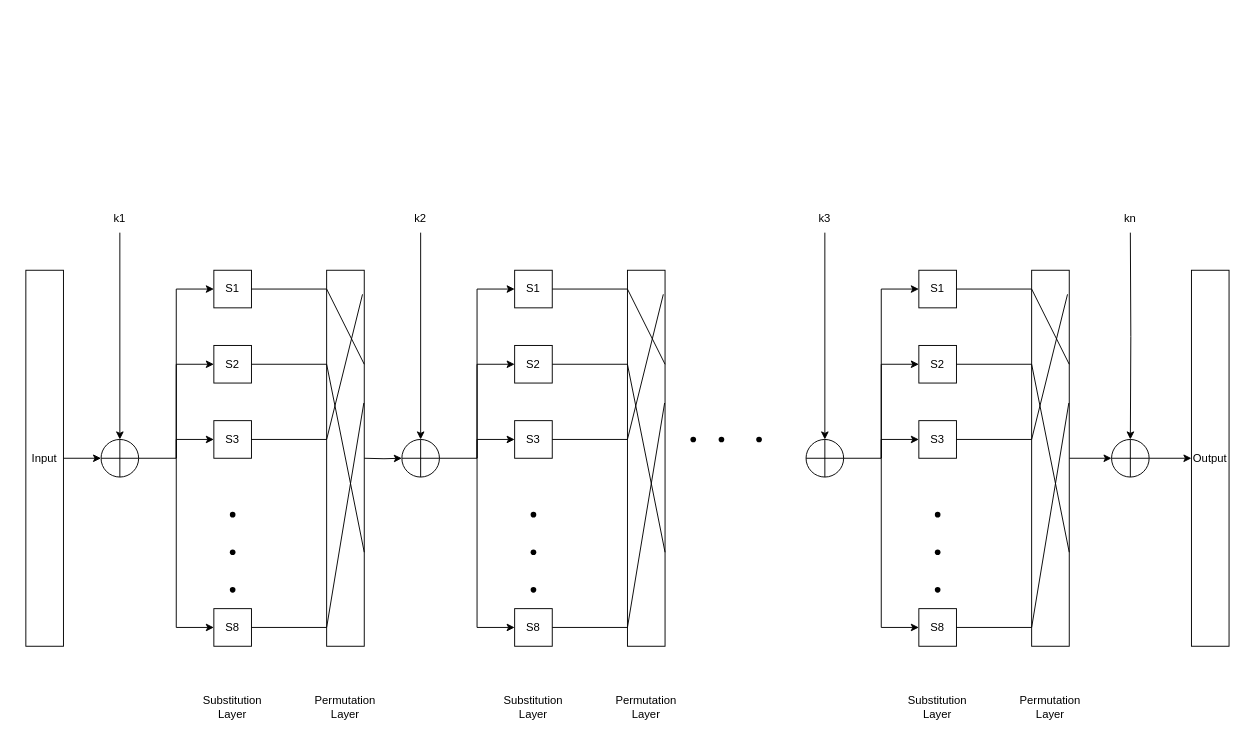
Before: AES.drawio in da0p/diagram-notes, a draw.io diagram. Source tidied: cells renumbered, new cells numbered last; positions are measured from the earlier drawing's top-left corner, leaving out a move shared by most shapes. Both pictures are drawn from the tidied source at 94%, with x=0, y=0 at pixel (25, 204).
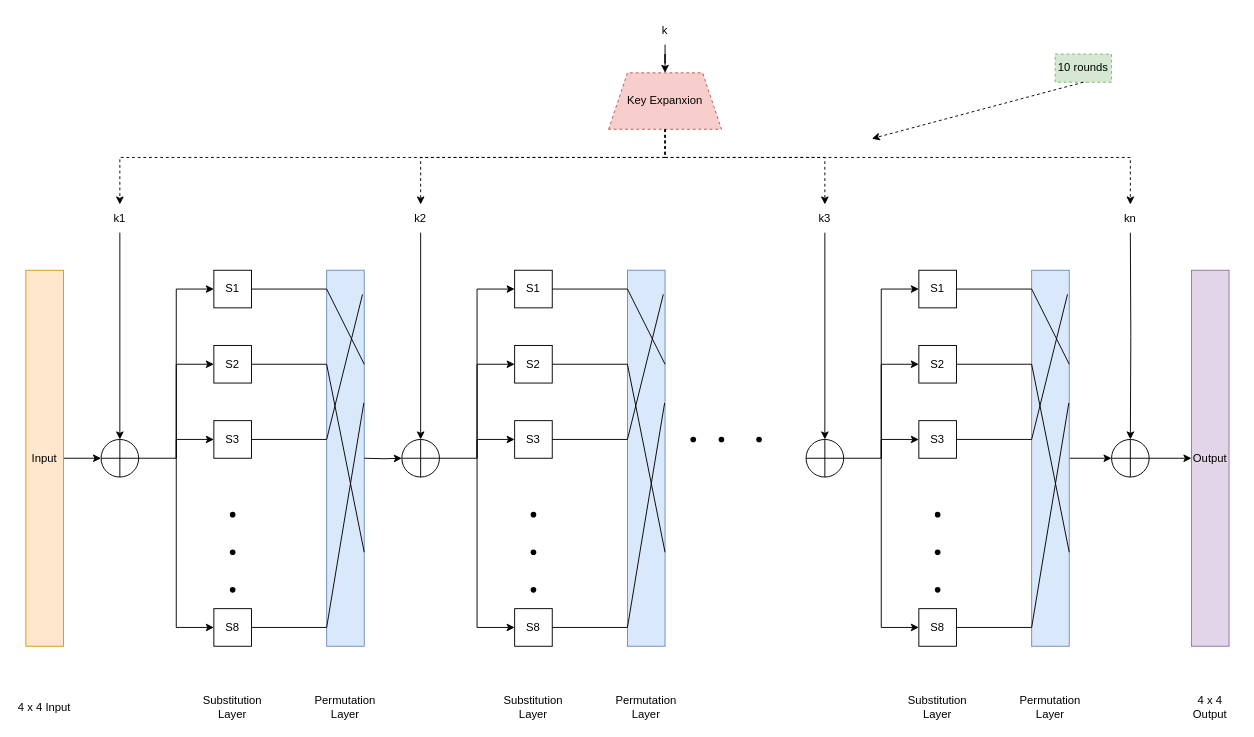
The same diagram, later.

Unchanged cells that the change refers to:
```xml
<mxCell id="6" value="k1" style="text;html=1;align=center;verticalAlign=middle;whiteSpace=wrap;rounded=0;" parent="1" vertex="1">
  <mxGeometry x="70" width="60" height="30" as="geometry" />
</mxCell>
<mxCell id="29" value="k2" style="text;html=1;align=center;verticalAlign=middle;whiteSpace=wrap;rounded=0;" parent="1" vertex="1">
  <mxGeometry x="390" width="60" height="30" as="geometry" />
</mxCell>
<mxCell id="54" value="k3" style="text;html=1;align=center;verticalAlign=middle;whiteSpace=wrap;rounded=0;" parent="1" vertex="1">
  <mxGeometry x="820" width="60" height="30" as="geometry" />
</mxCell>
<mxCell id="78" value="kn" style="text;html=1;align=center;verticalAlign=middle;whiteSpace=wrap;rounded=0;" parent="1" vertex="1">
  <mxGeometry x="1145" width="60" height="30" as="geometry" />
</mxCell>
```

The edit, as a diff of the source:
```diff
@@
-    <mxCell id="3" value="Input" style="rounded=0;whiteSpace=wrap;html=1;" parent="1" vertex="1">
+    <mxCell id="3" value="Input" style="rounded=0;whiteSpace=wrap;html=1;fillColor=#ffe6cc;strokeColor=#d79b00;" parent="1" vertex="1">
       <mxGeometry y="70" width="40" height="400" as="geometry" />
     </mxCell>
@@
-    <mxCell id="19" style="rounded=0;whiteSpace=wrap;html=1;" parent="1" vertex="1">
+    <mxCell id="19" style="rounded=0;whiteSpace=wrap;html=1;fillColor=#dae8fc;strokeColor=#6c8ebf;" parent="1" vertex="1">
       <mxGeometry x="320" y="70" width="40" height="400" as="geometry" />
     </mxCell>
@@
-    <mxCell id="42" style="rounded=0;whiteSpace=wrap;html=1;" parent="1" vertex="1">
+    <mxCell id="42" style="rounded=0;whiteSpace=wrap;html=1;fillColor=#dae8fc;strokeColor=#6c8ebf;" parent="1" vertex="1">
       <mxGeometry x="640" y="70" width="40" height="400" as="geometry" />
     </mxCell>
@@
-    <mxCell id="68" style="rounded=0;whiteSpace=wrap;html=1;" parent="1" vertex="1">
+    <mxCell id="68" style="rounded=0;whiteSpace=wrap;html=1;fillColor=#dae8fc;strokeColor=#6c8ebf;" parent="1" vertex="1">
       <mxGeometry x="1070" y="70" width="40" height="400" as="geometry" />
     </mxCell>
@@
-    <mxCell id="79" value="Output" style="rounded=0;whiteSpace=wrap;html=1;" parent="1" vertex="1">
+    <mxCell id="79" value="Output" style="rounded=0;whiteSpace=wrap;html=1;fillColor=#e1d5e7;strokeColor=#9673a6;" parent="1" vertex="1">
       <mxGeometry x="1240" y="70" width="40" height="400" as="geometry" />
     </mxCell>
+    <mxCell id="80" value="Key Expanxion" style="shape=trapezoid;perimeter=trapezoidPerimeter;whiteSpace=wrap;html=1;fixedSize=1;fillColor=#f8cecc;strokeColor=#b85450;dashed=1;" parent="1" vertex="1">
+      <mxGeometry x="620" y="-140" width="120" height="60" as="geometry" />
+    </mxCell>
+    <mxCell id="81" style="edgeStyle=orthogonalEdgeStyle;rounded=0;jettySize=auto;html=1;" parent="1" edge="1" source="82" target="80">
+      <mxGeometry relative="1" as="geometry" />
+    </mxCell>
+    <mxCell id="82" value="k" style="text;html=1;align=center;verticalAlign=middle;whiteSpace=wrap;rounded=0;" parent="1" vertex="1">
+      <mxGeometry x="650" y="-200" width="60" height="30" as="geometry" />
+    </mxCell>
+    <mxCell id="83" style="endArrow=classic;html=1;rounded=0;exitX=0.5;exitY=1;exitDx=0;exitDy=0;entryX=0.5;entryY=0;entryDx=0;entryDy=0;dashed=1;" parent="1" edge="1" source="80" target="6">
+      <mxGeometry relative="1" as="geometry">
+        <Array as="points">
+          <mxPoint x="680" y="-50" />
+          <mxPoint x="100" y="-50" />
+        </Array>
+      </mxGeometry>
+    </mxCell>
+    <mxCell id="84" style="endArrow=classic;html=1;rounded=0;exitX=0.5;exitY=1;exitDx=0;exitDy=0;entryX=0.5;entryY=0;entryDx=0;entryDy=0;dashed=1;" parent="1" edge="1" source="80" target="29">
+      <mxGeometry relative="1" as="geometry">
+        <Array as="points">
+          <mxPoint x="680" y="-50" />
+          <mxPoint x="420" y="-50" />
+        </Array>
+      </mxGeometry>
+    </mxCell>
+    <mxCell id="85" style="endArrow=classic;html=1;rounded=0;exitX=0.5;exitY=1;exitDx=0;exitDy=0;entryX=0.5;entryY=0;entryDx=0;entryDy=0;dashed=1;" parent="1" edge="1" source="80" target="54">
+      <mxGeometry relative="1" as="geometry">
+        <Array as="points">
+          <mxPoint x="680" y="-50" />
+          <mxPoint x="850" y="-50" />
+        </Array>
+      </mxGeometry>
+    </mxCell>
+    <mxCell id="86" style="endArrow=classic;html=1;rounded=0;exitX=0.5;exitY=1;exitDx=0;exitDy=0;entryX=0.5;entryY=0;entryDx=0;entryDy=0;dashed=1;" parent="1" edge="1" source="80" target="78">
+      <mxGeometry relative="1" as="geometry">
+        <Array as="points">
+          <mxPoint x="680" y="-50" />
+          <mxPoint x="1175" y="-50" />
+        </Array>
+      </mxGeometry>
+    </mxCell>
+    <mxCell id="87" value="4 x 4 Input" style="text;html=1;align=center;verticalAlign=middle;whiteSpace=wrap;rounded=0;" parent="1" vertex="1">
+      <mxGeometry x="-10" y="520" width="60" height="30" as="geometry" />
+    </mxCell>
+    <mxCell id="88" value="4 x 4 Output" style="text;html=1;align=center;verticalAlign=middle;whiteSpace=wrap;rounded=0;" parent="1" vertex="1">
+      <mxGeometry x="1230" y="520" width="60" height="30" as="geometry" />
+    </mxCell>
+    <mxCell id="89" value="10 rounds" style="text;html=1;align=center;verticalAlign=middle;whiteSpace=wrap;rounded=0;fillColor=#d5e8d4;strokeColor=#82b366;dashed=1;" parent="1" vertex="1">
+      <mxGeometry x="1095" y="-160" width="60" height="30" as="geometry" />
+    </mxCell>
+    <mxCell id="90" style="endArrow=classic;html=1;rounded=0;exitX=0.5;exitY=1;exitDx=0;exitDy=0;dashed=1;" parent="1" edge="1" source="89">
+      <mxGeometry relative="1" as="geometry">
+        <mxPoint x="900" y="-70" as="targetPoint" />
+      </mxGeometry>
+    </mxCell>
```
